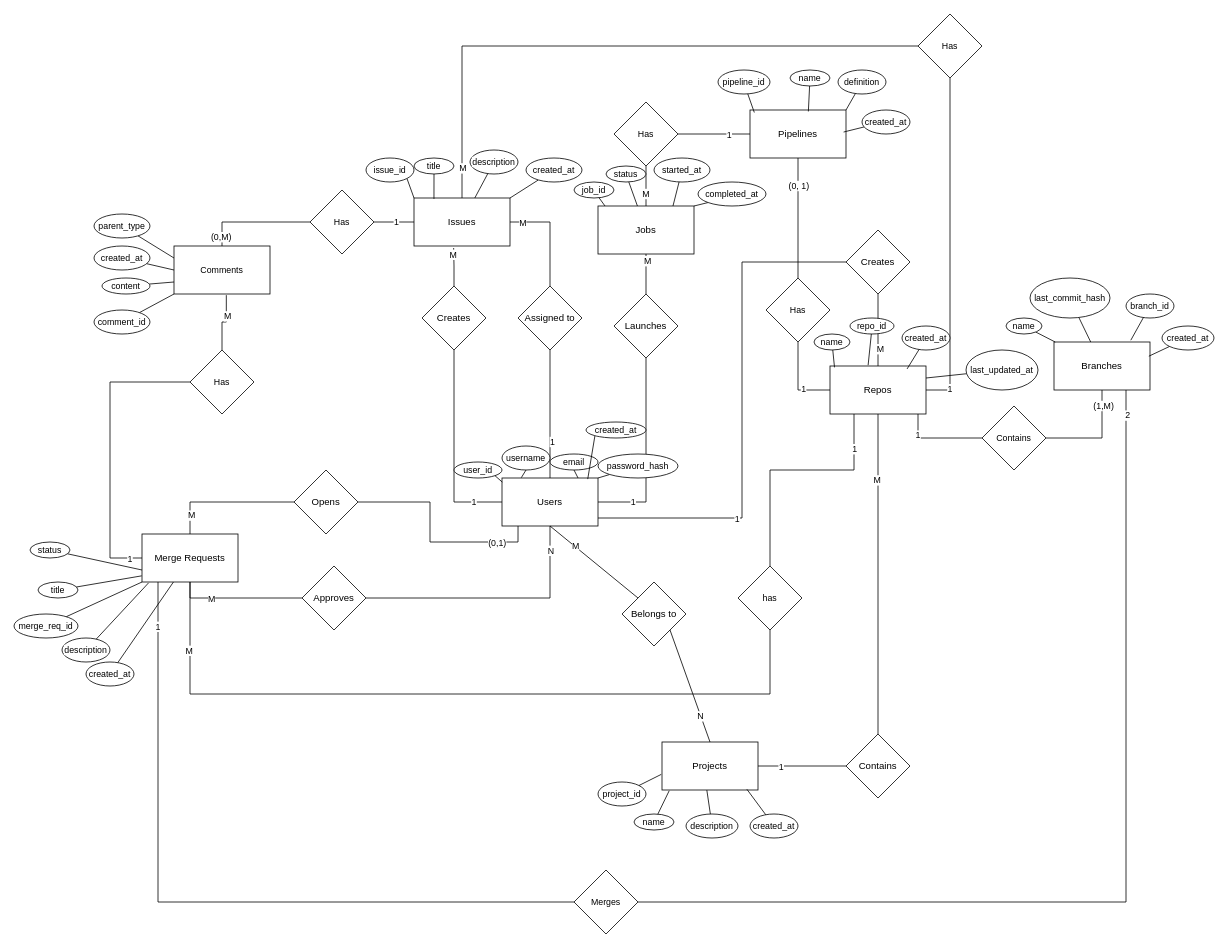
This is git_devops_er_diagram.drawio from briansterle/devops-platform-db, a draw.io file, before an edit. Source tidied: cells renumbered, new cells numbered last; positions are measured from the earlier drawing's top-left corner, leaving out a move shared by most shapes. Both pictures are drawn from the tidied source at 80%, with x=0, y=0 at pixel (14, 14).
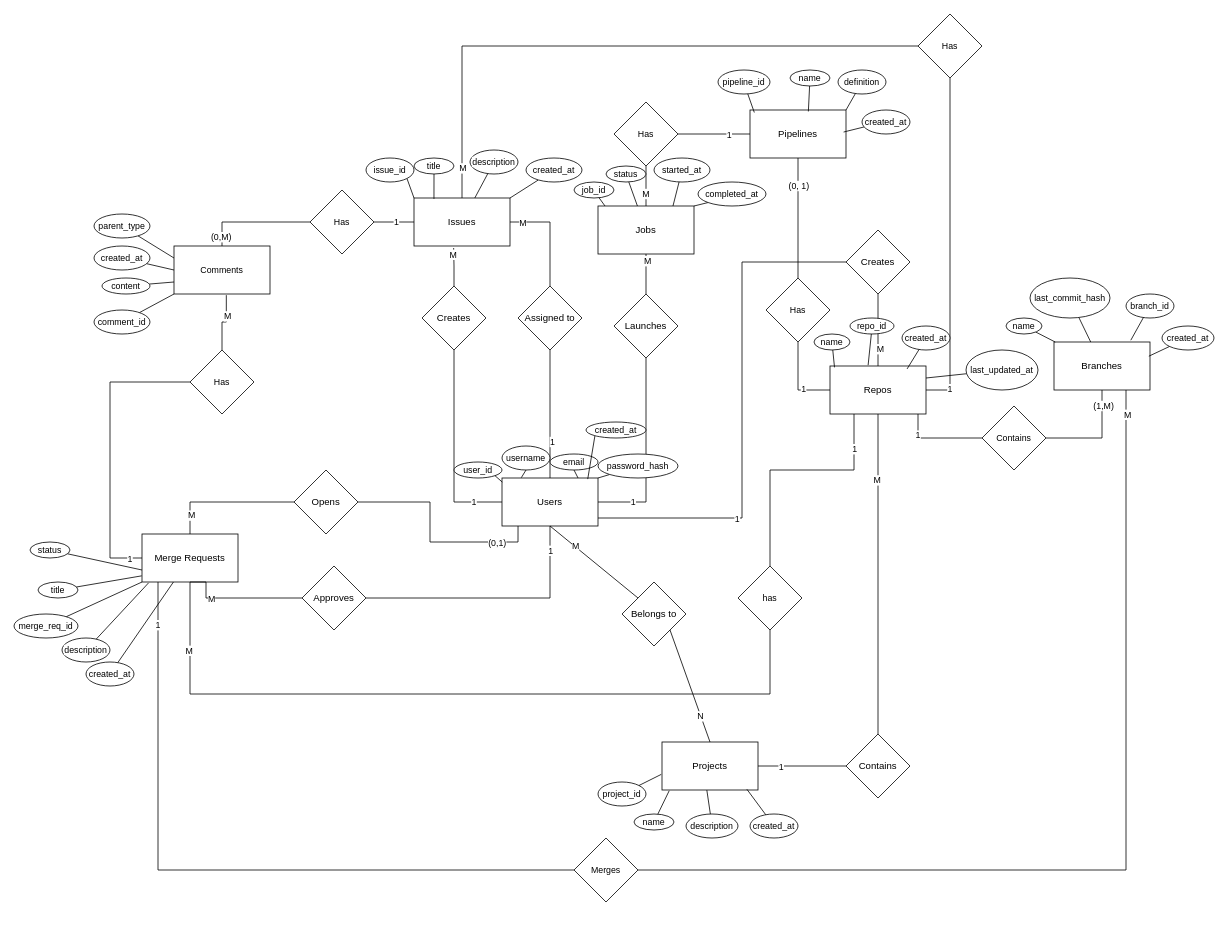
The same diagram, later.

Unchanged cells that the change refers to:
```xml
<mxCell id="32" value="Merge Requests" style="rounded=0;whiteSpace=wrap;html=1;" parent="1" vertex="1">
  <mxGeometry x="160" y="650" width="120" height="60" as="geometry" />
</mxCell>
<mxCell id="53" value="Approves" style="rhombus;whiteSpace=wrap;html=1;" parent="1" vertex="1">
  <mxGeometry x="360" y="690" width="80" height="80" as="geometry" />
</mxCell>
<mxCell id="58" style="edgeStyle=orthogonalEdgeStyle;shape=connector;rounded=0;jettySize=auto;html=1;strokeColor=default;align=center;verticalAlign=middle;fontFamily=Helvetica;fontSize=11;fontColor=default;labelBackgroundColor=default;endArrow=none;endFill=0;entryX=0.5;entryY=1;entryDx=0;entryDy=0;" parent="1" edge="1" source="53" target="6">
  <mxGeometry relative="1" as="geometry" />
</mxCell>
<mxCell id="85" style="edgeStyle=orthogonalEdgeStyle;shape=connector;rounded=0;jettySize=auto;html=1;entryX=0.75;entryY=1;entryDx=0;entryDy=0;strokeColor=default;align=center;verticalAlign=middle;fontFamily=Helvetica;fontSize=11;fontColor=default;labelBackgroundColor=default;endArrow=none;endFill=0;" parent="1" edge="1" source="87" target="25">
  <mxGeometry relative="1" as="geometry" />
</mxCell>
```

Change to the diagram source:
```diff
@@
     <mxCell id="28" style="edgeStyle=orthogonalEdgeStyle;shape=connector;rounded=0;jettySize=auto;html=1;entryX=0;entryY=0.5;entryDx=0;entryDy=0;strokeColor=default;align=center;verticalAlign=middle;fontFamily=Helvetica;fontSize=11;fontColor=default;labelBackgroundColor=default;endArrow=none;endFill=0;" parent="1" edge="1" source="32" target="87">
       <mxGeometry relative="1" as="geometry">
         <Array as="points">
-          <mxPoint x="180" y="1110" />
+          <mxPoint x="180" y="1070" />
         </Array>
       </mxGeometry>
     </mxCell>
@@
     <mxCell id="51" style="edgeStyle=orthogonalEdgeStyle;shape=connector;rounded=0;jettySize=auto;html=1;entryX=0.5;entryY=1;entryDx=0;entryDy=0;strokeColor=default;align=center;verticalAlign=middle;fontFamily=Helvetica;fontSize=11;fontColor=default;labelBackgroundColor=default;endArrow=none;endFill=0;" parent="1" edge="1" source="53" target="32">
-      <mxGeometry relative="1" as="geometry" />
+      <mxGeometry relative="1" as="geometry">
+        <Array as="points">
+          <mxPoint x="240" y="730" />
+          <mxPoint x="240" y="710" />
+        </Array>
+      </mxGeometry>
     </mxCell>
@@
-    <mxCell id="59" value="N" style="edgeLabel;html=1;align=center;verticalAlign=middle;fontFamily=Helvetica;fontSize=11;fontColor=default;labelBackgroundColor=default;" parent="58" vertex="1">
+    <mxCell id="59" value="1" style="edgeLabel;html=1;align=center;verticalAlign=middle;fontFamily=Helvetica;fontSize=11;fontColor=default;labelBackgroundColor=default;" parent="58" vertex="1">
       <mxGeometry x="0.81" relative="1" as="geometry" />
     </mxCell>
@@
-    <mxCell id="86" value="2" style="edgeLabel;html=1;align=center;verticalAlign=middle;fontFamily=Helvetica;fontSize=11;fontColor=default;labelBackgroundColor=default;" parent="85" vertex="1">
+    <mxCell id="86" value="M" style="edgeLabel;html=1;align=center;verticalAlign=middle;fontFamily=Helvetica;fontSize=11;fontColor=default;labelBackgroundColor=default;" parent="85" vertex="1">
       <mxGeometry x="0.95" y="-1" relative="1" as="geometry" />
     </mxCell>
     <mxCell id="87" value="Merges" style="rhombus;whiteSpace=wrap;html=1;fontFamily=Helvetica;fontSize=11;fontColor=default;labelBackgroundColor=default;" parent="1" vertex="1">
-      <mxGeometry x="700" y="1070" width="80" height="80" as="geometry" />
+      <mxGeometry x="700" y="1030" width="80" height="80" as="geometry" />
     </mxCell>
```
